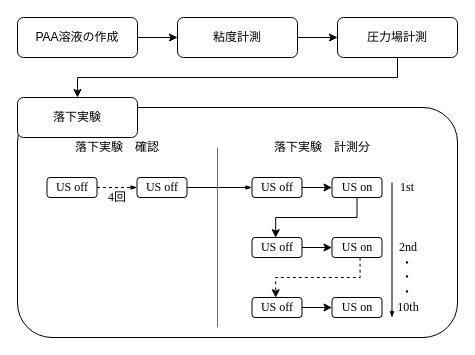
Before: 2-Methods/exp-methods.drawio in HidetoNiwa/SugiyamaLab-MasterThesis, a draw.io diagram. Source tidied: cells renumbered, new cells numbered last; positions are measured from the earlier drawing's top-left corner, leaving out a move shared by most shapes. Both pictures are drawn from the tidied source at 100%, with x=0, y=0 at pixel (17, 17).
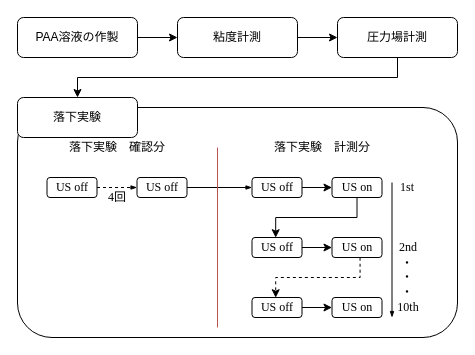
The same diagram, later.

Change to the diagram source:
```diff
@@
-    <mxCell id="3" value="PAA溶液の作成" style="rounded=1;whiteSpace=wrap;html=1;fontSize=12;glass=0;strokeWidth=1;shadow=0;" parent="1" vertex="1">
+    <mxCell id="3" value="PAA溶液の作製" style="rounded=1;whiteSpace=wrap;html=1;fontSize=12;glass=0;strokeWidth=1;shadow=0;" parent="1" vertex="1">
       <mxGeometry width="120" height="40" as="geometry" />
     </mxCell>
@@
-    <mxCell id="32" value="落下実験　確認" style="text;html=1;strokeColor=none;fillColor=none;align=center;verticalAlign=middle;whiteSpace=wrap;rounded=0;fontFamily=Times New Roman;" parent="1" vertex="1">
+    <mxCell id="32" value="落下実験　確認分" style="text;html=1;strokeColor=none;fillColor=none;align=center;verticalAlign=middle;whiteSpace=wrap;rounded=0;fontFamily=Times New Roman;" parent="1" vertex="1">
       <mxGeometry x="39.5" y="120" width="120" height="20" as="geometry" />
     </mxCell>
```
